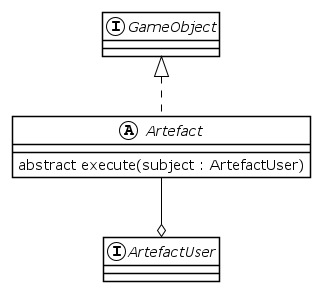
Above: img/uml/Artefact.png in CrazyPingu/OOP21-MAP (PlantUML), before the change. Its diagram source:
```plantuml
@startuml Artefact
!theme plain

interface GameObject{
}

interface ArtefactUser{

}

abstract Artefact {
    abstract execute(subject : ArtefactUser)
}

abstract Artefact implements GameObject
Artefact -D-o ArtefactUser

@enduml
```
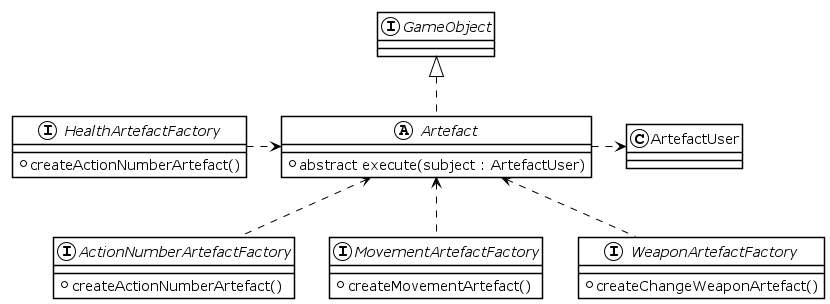
The same diagram one commit later.

What changed in the source:
```diff
@@ -1,18 +1,34 @@
 @startuml Artefact
 !theme plain
 
-interface GameObject{
+
+interface ActionNumberArtefactFactory{
+    + createActionNumberArtefact()
 }
 
-interface ArtefactUser{
+interface HealthArtefactFactory{
+    + createActionNumberArtefact()
+}
 
+interface MovementArtefactFactory{
+    + createMovementArtefact()
+}
+
+interface WeaponArtefactFactory{
+    + createChangeWeaponArtefact()
 }
 
 abstract Artefact {
-    abstract execute(subject : ArtefactUser)
+    + abstract execute(subject : ArtefactUser)
 }
 
 abstract Artefact implements GameObject
-Artefact -D-o ArtefactUser
+Artefact .R.> ArtefactUser
+
+ActionNumberArtefactFactory .U.> Artefact
+HealthArtefactFactory .R.> Artefact
+MovementArtefactFactory .U.> Artefact
+WeaponArtefactFactory .U.> Artefact
+
 
 @enduml
```
